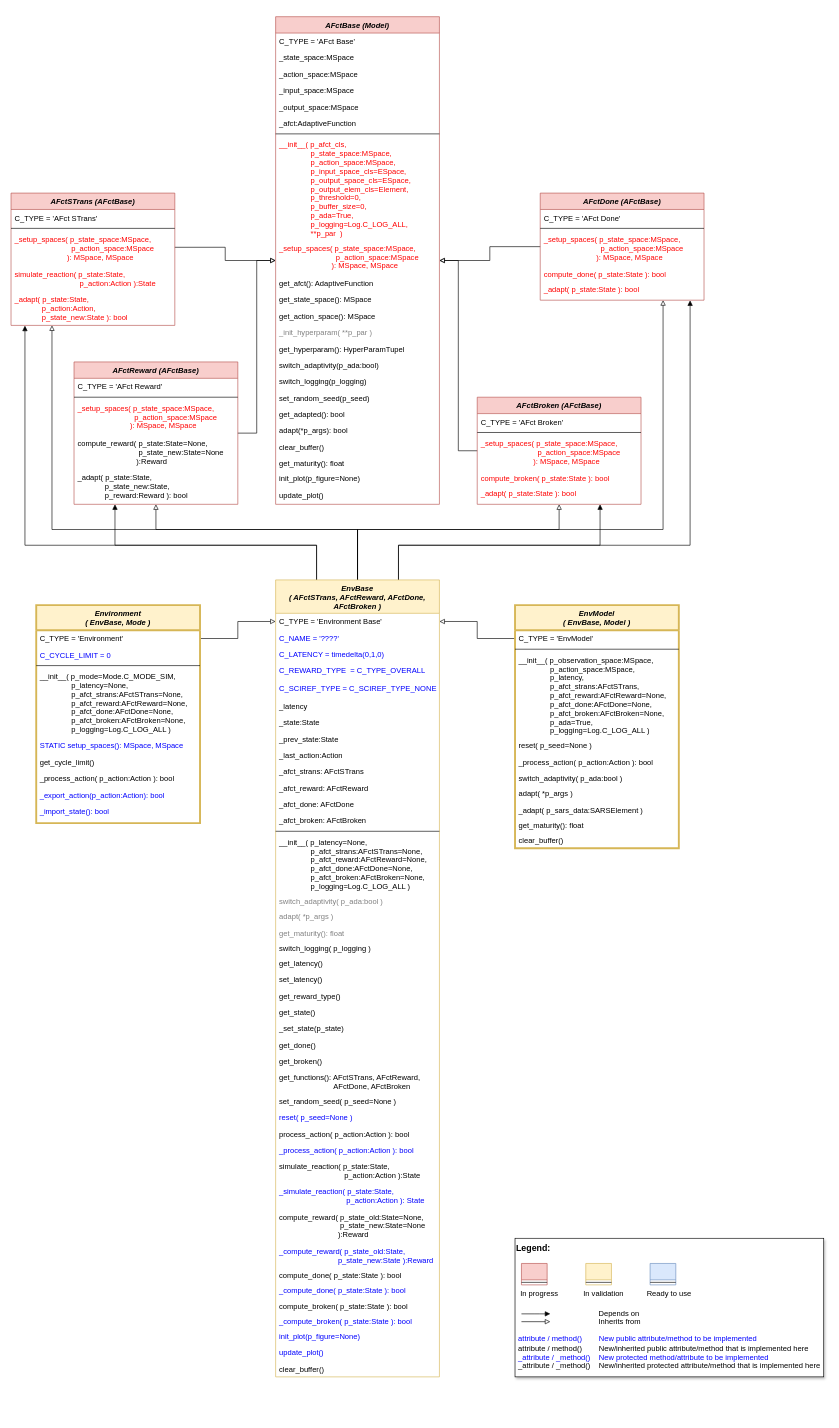
Above: doc/rtd/content/append2/core/images/rl/02_environments/MLPro-RL-Env_class_diagram.drawio in fhswf/MLPro (draw.io), before the change. Source tidied: cells renumbered, new cells numbered last; positions are measured from the earlier drawing's top-left corner, leaving out a move shared by most shapes. Both pictures are drawn from the tidied source at 63%, with x=0, y=0 at pixel (11, 16).
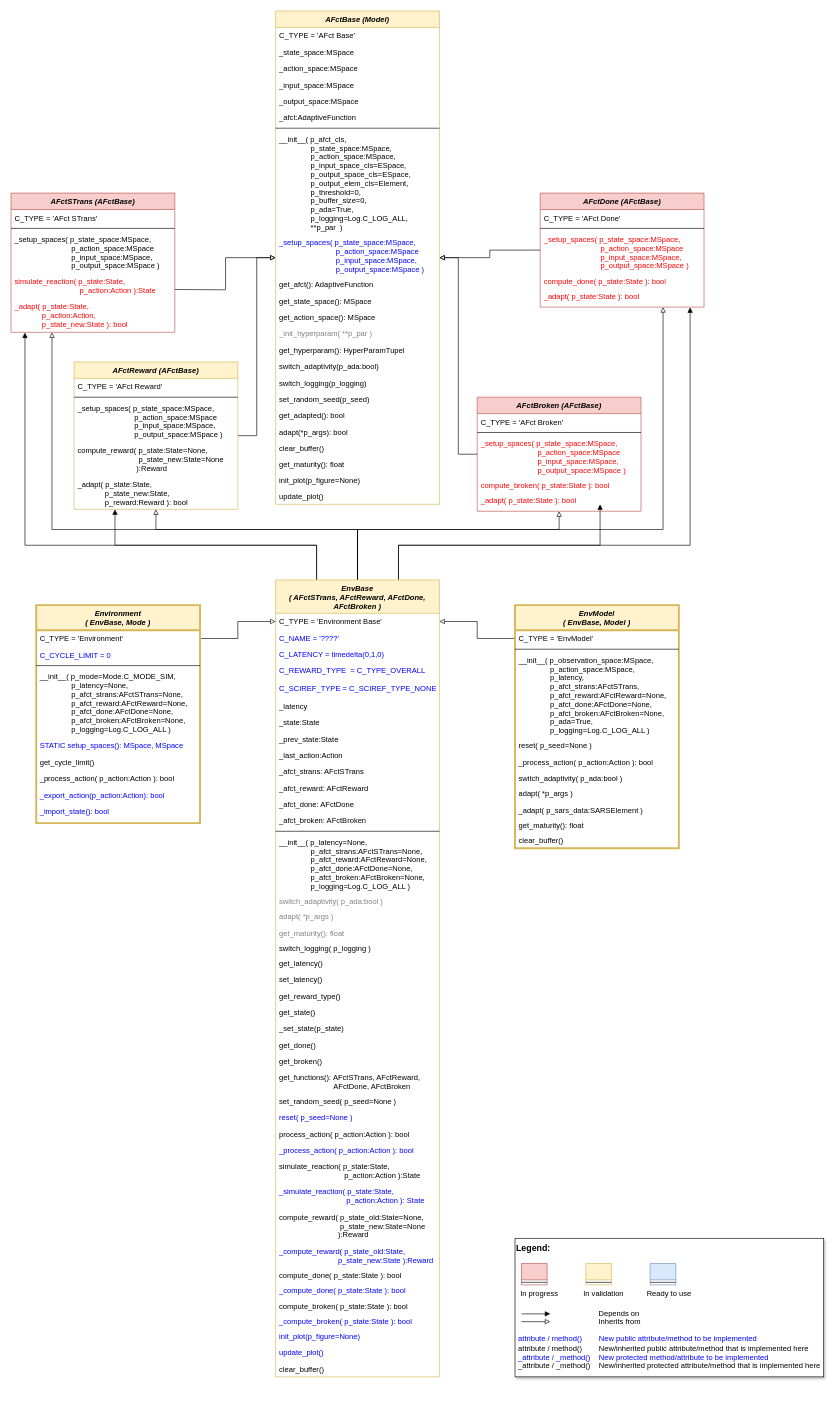
The same diagram, later.

The edit, as a diff of the source:
```diff
@@
-    <mxCell id="77" value="AFctReward (AFctBase)" style="swimlane;fontStyle=3;align=center;verticalAlign=top;horizontal=1;startSize=26;rounded=0;shadow=0;strokeWidth=1;fillColor=#f8cecc;strokeColor=#b85450;" parent="1" vertex="1">
-      <mxGeometry x="100" y="548" width="260" height="226" as="geometry" />
+    <mxCell id="77" value="AFctReward (AFctBase)" style="swimlane;fontStyle=3;align=center;verticalAlign=top;horizontal=1;startSize=26;rounded=0;shadow=0;strokeWidth=1;fillColor=#fff2cc;strokeColor=#d6b656;" parent="1" vertex="1">
+      <mxGeometry x="100" y="548" width="260" height="234" as="geometry" />
     </mxCell>
@@
-    <mxCell id="80" value="_setup_spaces( p_state_space:MSpace,&#10;                           p_action_space:MSpace&#10;                         ): MSpace, MSpace" style="text;align=left;verticalAlign=top;spacingLeft=4;spacingRight=4;overflow=hidden;fontColor=#FF0000;" parent="77" vertex="1">
-      <mxGeometry y="60" width="260" height="56" as="geometry" />
-    </mxCell>
+    <mxCell id="138" value="_setup_spaces( p_state_space:MSpace,&#10;                           p_action_space:MSpace&#10;                           p_input_space:MSpace,&#10;                           p_output_space:MSpace )" style="text;align=left;verticalAlign=top;spacingLeft=4;spacingRight=4;overflow=hidden;" parent="77" vertex="1">
+      <mxGeometry y="60" width="260" height="67" as="geometry" />
+    </mxCell>
     <mxCell id="81" value="compute_reward( p_state:State=None,&#10;                             p_state_new:State=None&#10;                            ):Reward" style="text;align=left;verticalAlign=top;spacingLeft=4;spacingRight=4;overflow=hidden;" parent="77" vertex="1">
-      <mxGeometry y="116" width="260" height="54" as="geometry" />
+      <mxGeometry y="127" width="260" height="54" as="geometry" />
     </mxCell>
     <mxCell id="82" value="_adapt( p_state:State, &#10;             p_state_new:State,&#10;             p_reward:Reward ): bool" style="text;align=left;verticalAlign=top;spacingLeft=4;spacingRight=4;overflow=hidden;" parent="77" vertex="1">
-      <mxGeometry y="170" width="260" height="53" as="geometry" />
+      <mxGeometry y="181" width="260" height="53" as="geometry" />
     </mxCell>
@@
     <mxCell id="84" value="AFctDone (AFctBase)" style="swimlane;fontStyle=3;align=center;verticalAlign=top;horizontal=1;startSize=26;rounded=0;shadow=0;strokeWidth=1;fillColor=#f8cecc;strokeColor=#b85450;" parent="1" vertex="1">
-      <mxGeometry x="840" y="280" width="260" height="170" as="geometry" />
+      <mxGeometry x="840" y="280" width="260" height="181" as="geometry" />
     </mxCell>
@@
-    <mxCell id="87" value="_setup_spaces( p_state_space:MSpace,&#10;                           p_action_space:MSpace&#10;                         ): MSpace, MSpace" style="text;align=left;verticalAlign=top;spacingLeft=4;spacingRight=4;overflow=hidden;fontColor=#FF0000;" parent="84" vertex="1">
-      <mxGeometry y="60" width="260" height="56" as="geometry" />
-    </mxCell>
+    <mxCell id="139" value="_setup_spaces( p_state_space:MSpace,&#10;                           p_action_space:MSpace&#10;                           p_input_space:MSpace,&#10;                           p_output_space:MSpace )" style="text;align=left;verticalAlign=top;spacingLeft=4;spacingRight=4;overflow=hidden;fontColor=#FF0000;" parent="84" vertex="1">
+      <mxGeometry y="60" width="260" height="67" as="geometry" />
+    </mxCell>
     <mxCell id="88" value="compute_done( p_state:State ): bool" style="text;align=left;verticalAlign=top;spacingLeft=4;spacingRight=4;overflow=hidden;fontColor=#FF0000;" parent="84" vertex="1">
-      <mxGeometry y="116" width="260" height="24" as="geometry" />
+      <mxGeometry y="127" width="260" height="24" as="geometry" />
     </mxCell>
     <mxCell id="89" value="_adapt( p_state:State ): bool" style="text;align=left;verticalAlign=top;spacingLeft=4;spacingRight=4;overflow=hidden;points=[[0,0.5],[1,0.5]];portConstraint=eastwest;fontColor=#FF0000;" parent="84" vertex="1">
-      <mxGeometry y="140" width="260" height="30" as="geometry" />
+      <mxGeometry y="151" width="260" height="30" as="geometry" />
     </mxCell>
@@
     <mxCell id="91" value="AFctBroken (AFctBase)" style="swimlane;fontStyle=3;align=center;verticalAlign=top;horizontal=1;startSize=26;rounded=0;shadow=0;strokeWidth=1;fillColor=#f8cecc;strokeColor=#b85450;" parent="1" vertex="1">
-      <mxGeometry x="740" y="604" width="260" height="170" as="geometry" />
+      <mxGeometry x="740" y="604" width="260" height="181" as="geometry" />
     </mxCell>
@@
-    <mxCell id="94" value="_setup_spaces( p_state_space:MSpace,&#10;                           p_action_space:MSpace&#10;                         ): MSpace, MSpace" style="text;align=left;verticalAlign=top;spacingLeft=4;spacingRight=4;overflow=hidden;fontColor=#FF0000;" parent="91" vertex="1">
-      <mxGeometry y="60" width="260" height="56" as="geometry" />
-    </mxCell>
+    <mxCell id="140" value="_setup_spaces( p_state_space:MSpace,&#10;                           p_action_space:MSpace&#10;                           p_input_space:MSpace,&#10;                           p_output_space:MSpace )" style="text;align=left;verticalAlign=top;spacingLeft=4;spacingRight=4;overflow=hidden;fontColor=#FF0000;" parent="91" vertex="1">
+      <mxGeometry y="60" width="260" height="67" as="geometry" />
+    </mxCell>
     <mxCell id="95" value="compute_broken( p_state:State ): bool" style="text;align=left;verticalAlign=top;spacingLeft=4;spacingRight=4;overflow=hidden;fontColor=#FF0000;" parent="91" vertex="1">
-      <mxGeometry y="116" width="260" height="24" as="geometry" />
+      <mxGeometry y="127" width="260" height="24" as="geometry" />
     </mxCell>
     <mxCell id="96" value="_adapt( p_state:State ): bool" style="text;align=left;verticalAlign=top;spacingLeft=4;spacingRight=4;overflow=hidden;fontColor=#FF0000;" parent="91" vertex="1">
-      <mxGeometry y="140" width="260" height="30" as="geometry" />
+      <mxGeometry y="151" width="260" height="30" as="geometry" />
     </mxCell>
-    <mxCell id="97" style="edgeStyle=orthogonalEdgeStyle;rounded=0;jettySize=auto;html=1;fontColor=#0000FF;endArrow=block;endFill=0;exitX=1;exitY=0.465;exitDx=0;exitDy=0;exitPerimeter=0;" parent="1" edge="1" source="101" target="114">
-      <mxGeometry relative="1" as="geometry" />
+    <mxCell id="97" style="edgeStyle=orthogonalEdgeStyle;rounded=0;jettySize=auto;html=1;fontColor=#0000FF;endArrow=block;endFill=0;exitX=1;exitY=0.465;exitDx=0;exitDy=0;exitPerimeter=0;" parent="1" edge="1" target="114">
+      <mxGeometry relative="1" as="geometry">
+        <mxPoint x="260" y="433" as="sourcePoint" />
+      </mxGeometry>
     </mxCell>
     <mxCell id="98" value="AFctSTrans (AFctBase)" style="swimlane;fontStyle=3;align=center;verticalAlign=top;horizontal=1;startSize=26;rounded=0;shadow=0;strokeWidth=1;fillColor=#f8cecc;strokeColor=#b85450;" parent="1" vertex="1">
-      <mxGeometry y="280" width="260" height="210" as="geometry" />
+      <mxGeometry y="280" width="260" height="221" as="geometry" />
     </mxCell>
@@
-    <mxCell id="101" value="_setup_spaces( p_state_space:MSpace,&#10;                           p_action_space:MSpace&#10;                         ): MSpace, MSpace" style="text;align=left;verticalAlign=top;spacingLeft=4;spacingRight=4;overflow=hidden;points=[[0,0.5],[1,0.5]];portConstraint=eastwest;fontColor=#FF0000;" parent="98" vertex="1">
-      <mxGeometry y="60" width="260" height="56" as="geometry" />
-    </mxCell>
+    <mxCell id="141" value="_setup_spaces( p_state_space:MSpace,&#10;                           p_action_space:MSpace&#10;                           p_input_space:MSpace,&#10;                           p_output_space:MSpace )" style="text;align=left;verticalAlign=top;spacingLeft=4;spacingRight=4;overflow=hidden;" parent="98" vertex="1">
+      <mxGeometry y="60" width="260" height="67" as="geometry" />
+    </mxCell>
     <mxCell id="102" value="simulate_reaction( p_state:State, &#10;                               p_action:Action ):State" style="text;align=left;verticalAlign=top;spacingLeft=4;spacingRight=4;overflow=hidden;fontColor=#FF0000;" parent="98" vertex="1">
-      <mxGeometry y="116" width="260" height="40" as="geometry" />
+      <mxGeometry y="127" width="260" height="40" as="geometry" />
     </mxCell>
     <mxCell id="103" value="_adapt( p_state:State, &#10;             p_action:Action,&#10;             p_state_new:State ): bool" style="text;align=left;verticalAlign=top;spacingLeft=4;spacingRight=4;overflow=hidden;points=[[0,0.5],[1,0.5]];portConstraint=eastwest;fontColor=#FF0000;" parent="98" vertex="1">
-      <mxGeometry y="156" width="260" height="54" as="geometry" />
+      <mxGeometry y="167" width="260" height="54" as="geometry" />
     </mxCell>
@@
-    <mxCell id="114" value="AFctBase (Model)" style="swimlane;fontStyle=3;align=center;verticalAlign=top;horizontal=1;startSize=26;rounded=0;shadow=0;strokeWidth=1;fillColor=#f8cecc;strokeColor=#b85450;" parent="1" vertex="1">
-      <mxGeometry x="420" width="260" height="774" as="geometry" />
+    <mxCell id="114" value="AFctBase (Model)" style="swimlane;fontStyle=3;align=center;verticalAlign=top;horizontal=1;startSize=26;rounded=0;shadow=0;strokeWidth=1;fillColor=#fff2cc;strokeColor=#d6b656;" parent="1" vertex="1">
+      <mxGeometry x="420" y="-9" width="260" height="783" as="geometry" />
     </mxCell>
@@
-    <mxCell id="122" value="__init__( p_afct_cls,&#10;               p_state_space:MSpace,&#10;               p_action_space:MSpace,&#10;               p_input_space_cls=ESpace,&#10;               p_output_space_cls=ESpace,&#10;               p_output_elem_cls=Element,&#10;               p_threshold=0,&#10;               p_buffer_size=0,&#10;               p_ada=True, &#10;               p_logging=Log.C_LOG_ALL,&#10;               **p_par  )" style="text;align=left;verticalAlign=top;spacingLeft=4;spacingRight=4;overflow=hidden;fontColor=#FF0000;" parent="114" vertex="1">
+    <mxCell id="122" value="__init__( p_afct_cls,&#10;               p_state_space:MSpace,&#10;               p_action_space:MSpace,&#10;               p_input_space_cls=ESpace,&#10;               p_output_space_cls=ESpace,&#10;               p_output_elem_cls=Element,&#10;               p_threshold=0,&#10;               p_buffer_size=0,&#10;               p_ada=True, &#10;               p_logging=Log.C_LOG_ALL,&#10;               **p_par  )" style="text;align=left;verticalAlign=top;spacingLeft=4;spacingRight=4;overflow=hidden;" parent="114" vertex="1">
       <mxGeometry y="190" width="260" height="164" as="geometry" />
     </mxCell>
-    <mxCell id="123" value="_setup_spaces( p_state_space:MSpace,&#10;                           p_action_space:MSpace&#10;                         ): MSpace, MSpace" style="text;align=left;verticalAlign=top;spacingLeft=4;spacingRight=4;overflow=hidden;fontColor=#FF0000;" parent="114" vertex="1">
-      <mxGeometry y="354" width="260" height="56" as="geometry" />
+    <mxCell id="123" value="_setup_spaces( p_state_space:MSpace,&#10;                           p_action_space:MSpace&#10;                           p_input_space:MSpace,&#10;                           p_output_space:MSpace )" style="text;align=left;verticalAlign=top;spacingLeft=4;spacingRight=4;overflow=hidden;fontColor=#0000FF;" parent="114" vertex="1">
+      <mxGeometry y="354" width="260" height="67" as="geometry" />
     </mxCell>
     <mxCell id="124" value="get_afct(): AdaptiveFunction" style="text;align=left;verticalAlign=top;spacingLeft=4;spacingRight=4;overflow=hidden;" parent="114" vertex="1">
-      <mxGeometry y="410" width="260" height="26" as="geometry" />
+      <mxGeometry y="421" width="260" height="26" as="geometry" />
     </mxCell>
     <mxCell id="125" value="get_state_space(): MSpace" style="text;align=left;verticalAlign=top;spacingLeft=4;spacingRight=4;overflow=hidden;" parent="114" vertex="1">
-      <mxGeometry y="436" width="260" height="26" as="geometry" />
+      <mxGeometry y="447" width="260" height="26" as="geometry" />
     </mxCell>
     <mxCell id="126" value="get_action_space(): MSpace" style="text;align=left;verticalAlign=top;spacingLeft=4;spacingRight=4;overflow=hidden;" parent="114" vertex="1">
-      <mxGeometry y="462" width="260" height="26" as="geometry" />
+      <mxGeometry y="473" width="260" height="26" as="geometry" />
     </mxCell>
     <mxCell id="127" value="_init_hyperparam( **p_par )" style="text;align=left;verticalAlign=top;spacingLeft=4;spacingRight=4;overflow=hidden;fontColor=#808080;" parent="114" vertex="1">
-      <mxGeometry y="488" width="260" height="26" as="geometry" />
+      <mxGeometry y="499" width="260" height="26" as="geometry" />
     </mxCell>
     <mxCell id="128" value="get_hyperparam(): HyperParamTupel" style="text;align=left;verticalAlign=top;spacingLeft=4;spacingRight=4;overflow=hidden;" parent="114" vertex="1">
-      <mxGeometry y="514" width="260" height="26" as="geometry" />
+      <mxGeometry y="525" width="260" height="26" as="geometry" />
     </mxCell>
     <mxCell id="129" value="switch_adaptivity(p_ada:bool)" style="text;align=left;verticalAlign=top;spacingLeft=4;spacingRight=4;overflow=hidden;" parent="114" vertex="1">
-      <mxGeometry y="540" width="260" height="26" as="geometry" />
+      <mxGeometry y="551" width="260" height="26" as="geometry" />
     </mxCell>
     <mxCell id="130" value="switch_logging(p_logging)" style="text;align=left;verticalAlign=top;spacingLeft=4;spacingRight=4;overflow=hidden;" parent="114" vertex="1">
-      <mxGeometry y="566" width="260" height="26" as="geometry" />
+      <mxGeometry y="577" width="260" height="26" as="geometry" />
     </mxCell>
     <mxCell id="131" value="set_random_seed(p_seed)" style="text;align=left;verticalAlign=top;spacingLeft=4;spacingRight=4;overflow=hidden;" parent="114" vertex="1">
-      <mxGeometry y="592" width="260" height="26" as="geometry" />
+      <mxGeometry y="603" width="260" height="26" as="geometry" />
     </mxCell>
     <mxCell id="132" value="get_adapted(): bool" style="text;align=left;verticalAlign=top;spacingLeft=4;spacingRight=4;overflow=hidden;" parent="114" vertex="1">
-      <mxGeometry y="618" width="260" height="26" as="geometry" />
+      <mxGeometry y="629" width="260" height="26" as="geometry" />
     </mxCell>
     <mxCell id="133" value="adapt(*p_args): bool" style="text;align=left;verticalAlign=top;spacingLeft=4;spacingRight=4;overflow=hidden;" parent="114" vertex="1">
-      <mxGeometry y="644" width="260" height="26" as="geometry" />
+      <mxGeometry y="655" width="260" height="26" as="geometry" />
     </mxCell>
     <mxCell id="134" value="clear_buffer()" style="text;align=left;verticalAlign=top;spacingLeft=4;spacingRight=4;overflow=hidden;" parent="114" vertex="1">
-      <mxGeometry y="670" width="260" height="26" as="geometry" />
+      <mxGeometry y="681" width="260" height="26" as="geometry" />
     </mxCell>
     <mxCell id="135" value="get_maturity(): float" style="text;align=left;verticalAlign=top;spacingLeft=4;spacingRight=4;overflow=hidden;" parent="114" vertex="1">
-      <mxGeometry y="696" width="260" height="24" as="geometry" />
+      <mxGeometry y="707" width="260" height="24" as="geometry" />
     </mxCell>
     <mxCell id="136" value="init_plot(p_figure=None)" style="text;align=left;verticalAlign=top;spacingLeft=4;spacingRight=4;overflow=hidden;" parent="114" vertex="1">
-      <mxGeometry y="720" width="260" height="26" as="geometry" />
+      <mxGeometry y="731" width="260" height="26" as="geometry" />
     </mxCell>
     <mxCell id="137" value="update_plot()" style="text;align=left;verticalAlign=top;spacingLeft=4;spacingRight=4;overflow=hidden;" parent="114" vertex="1">
-      <mxGeometry y="746" width="260" height="26" as="geometry" />
+      <mxGeometry y="757" width="260" height="26" as="geometry" />
     </mxCell>
```
